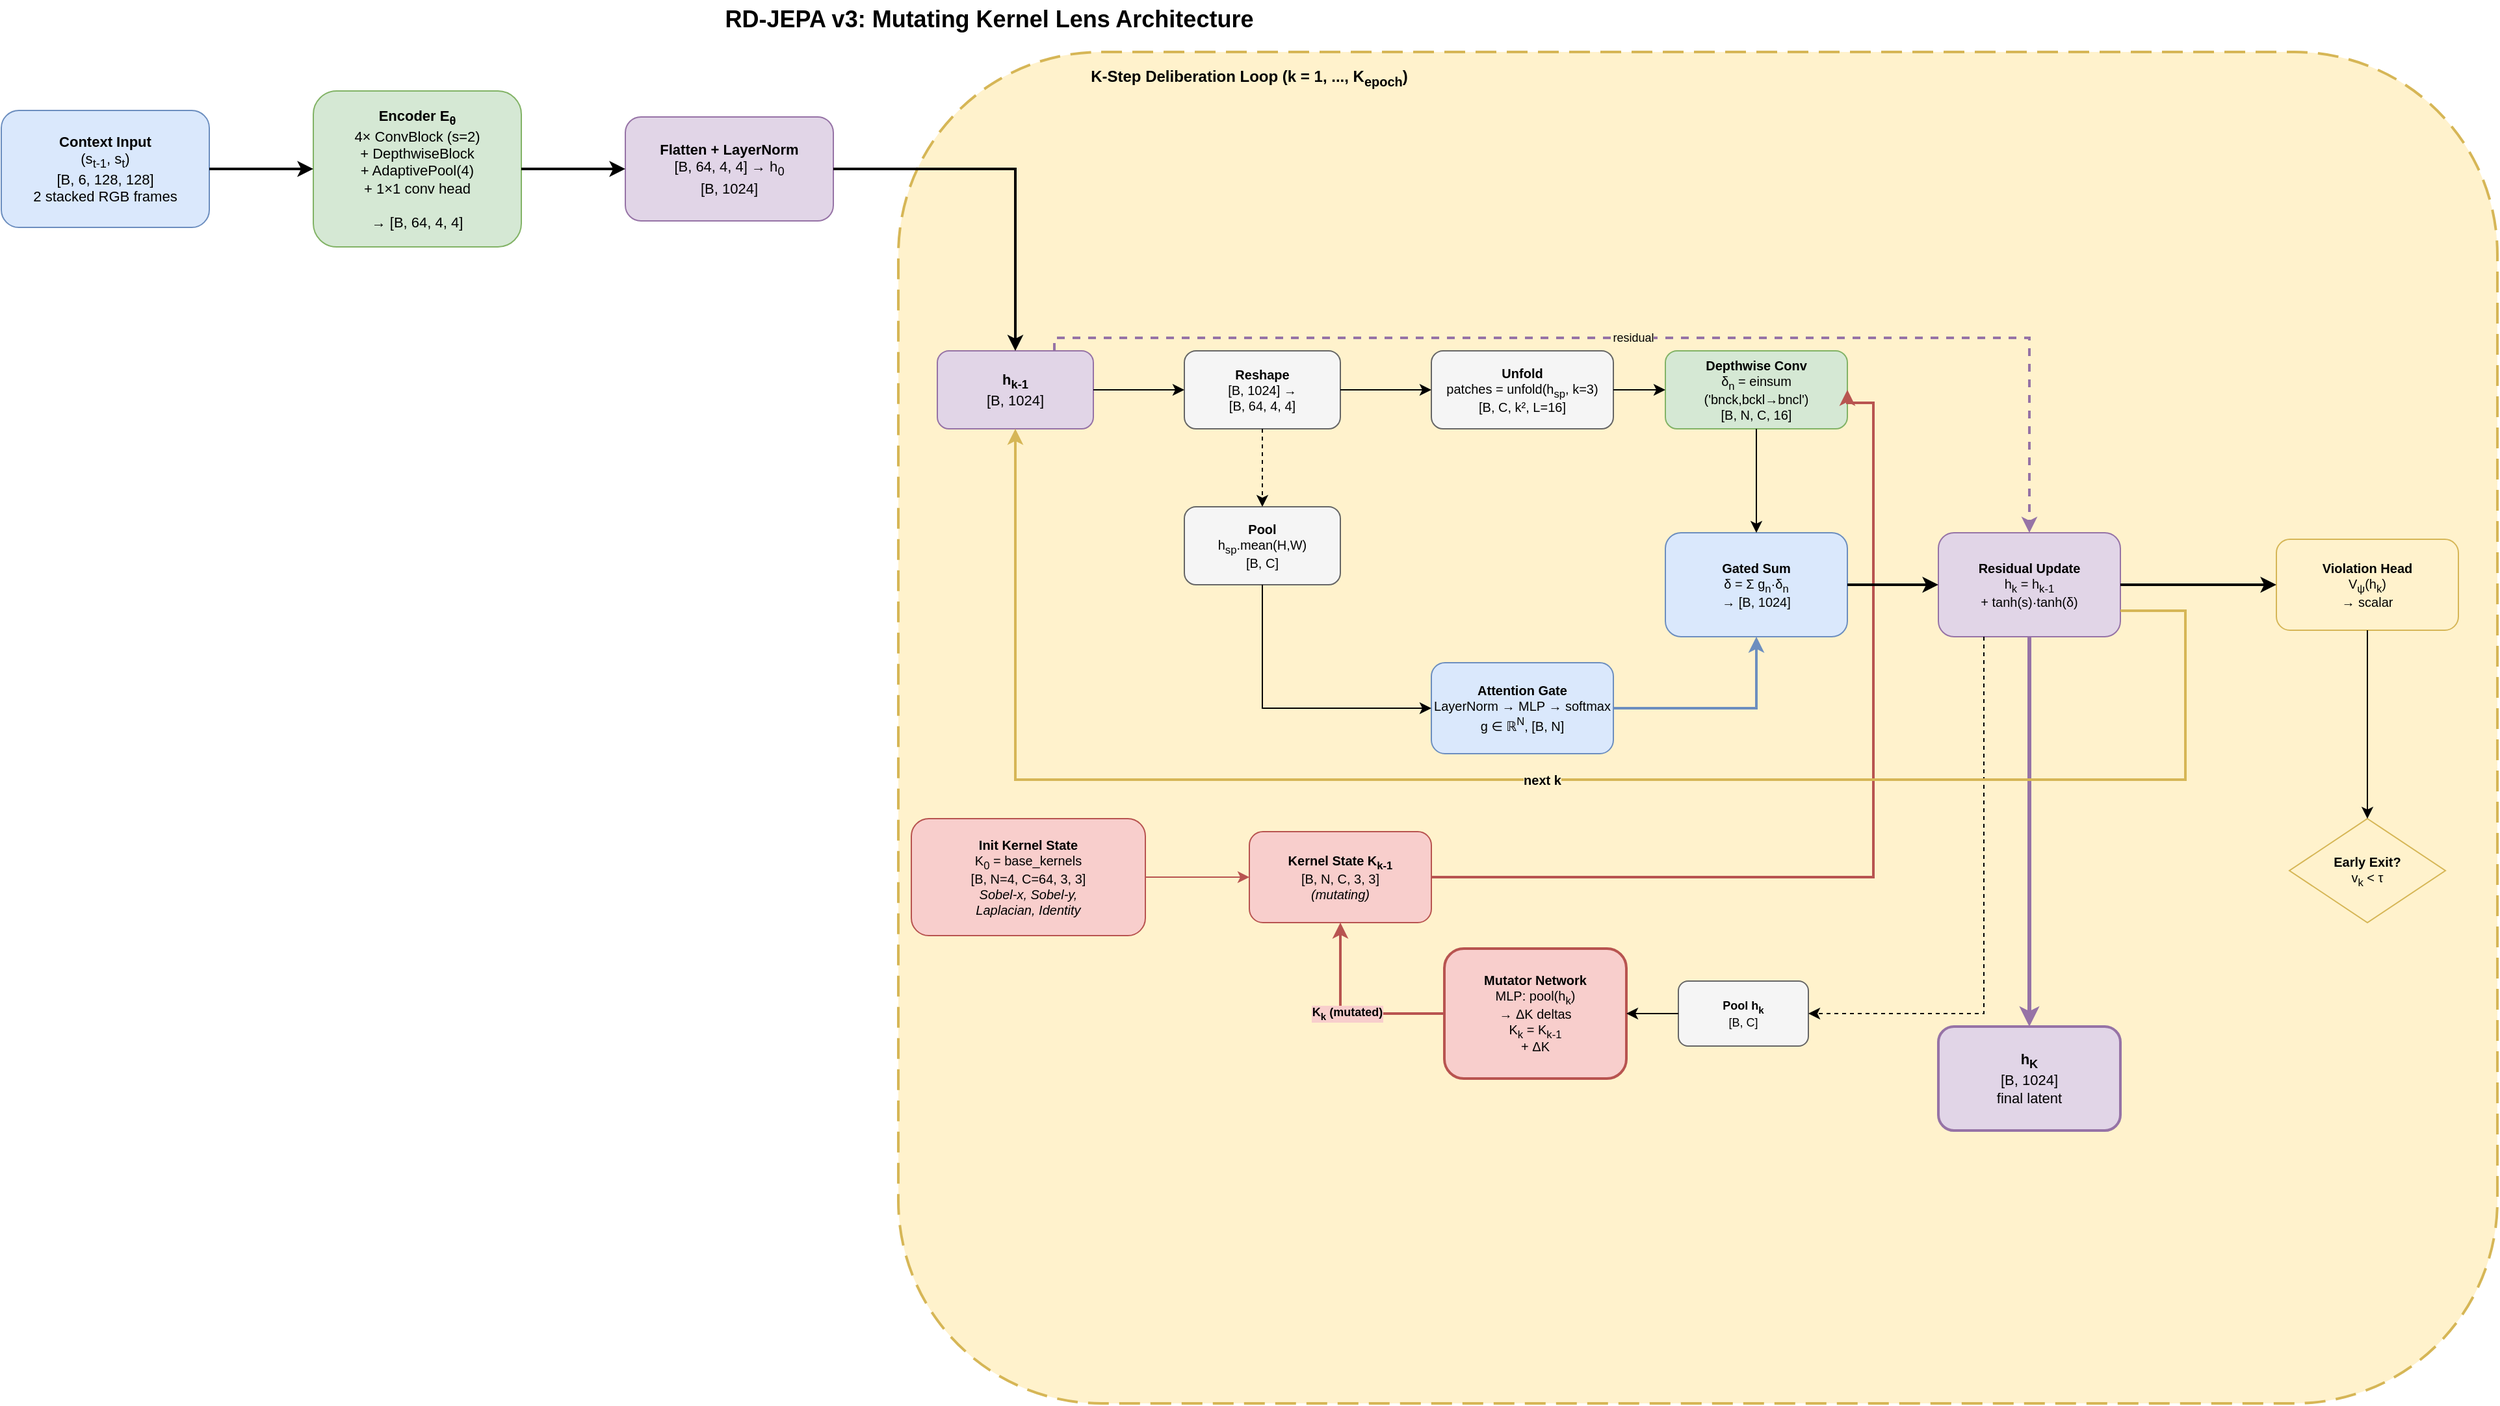
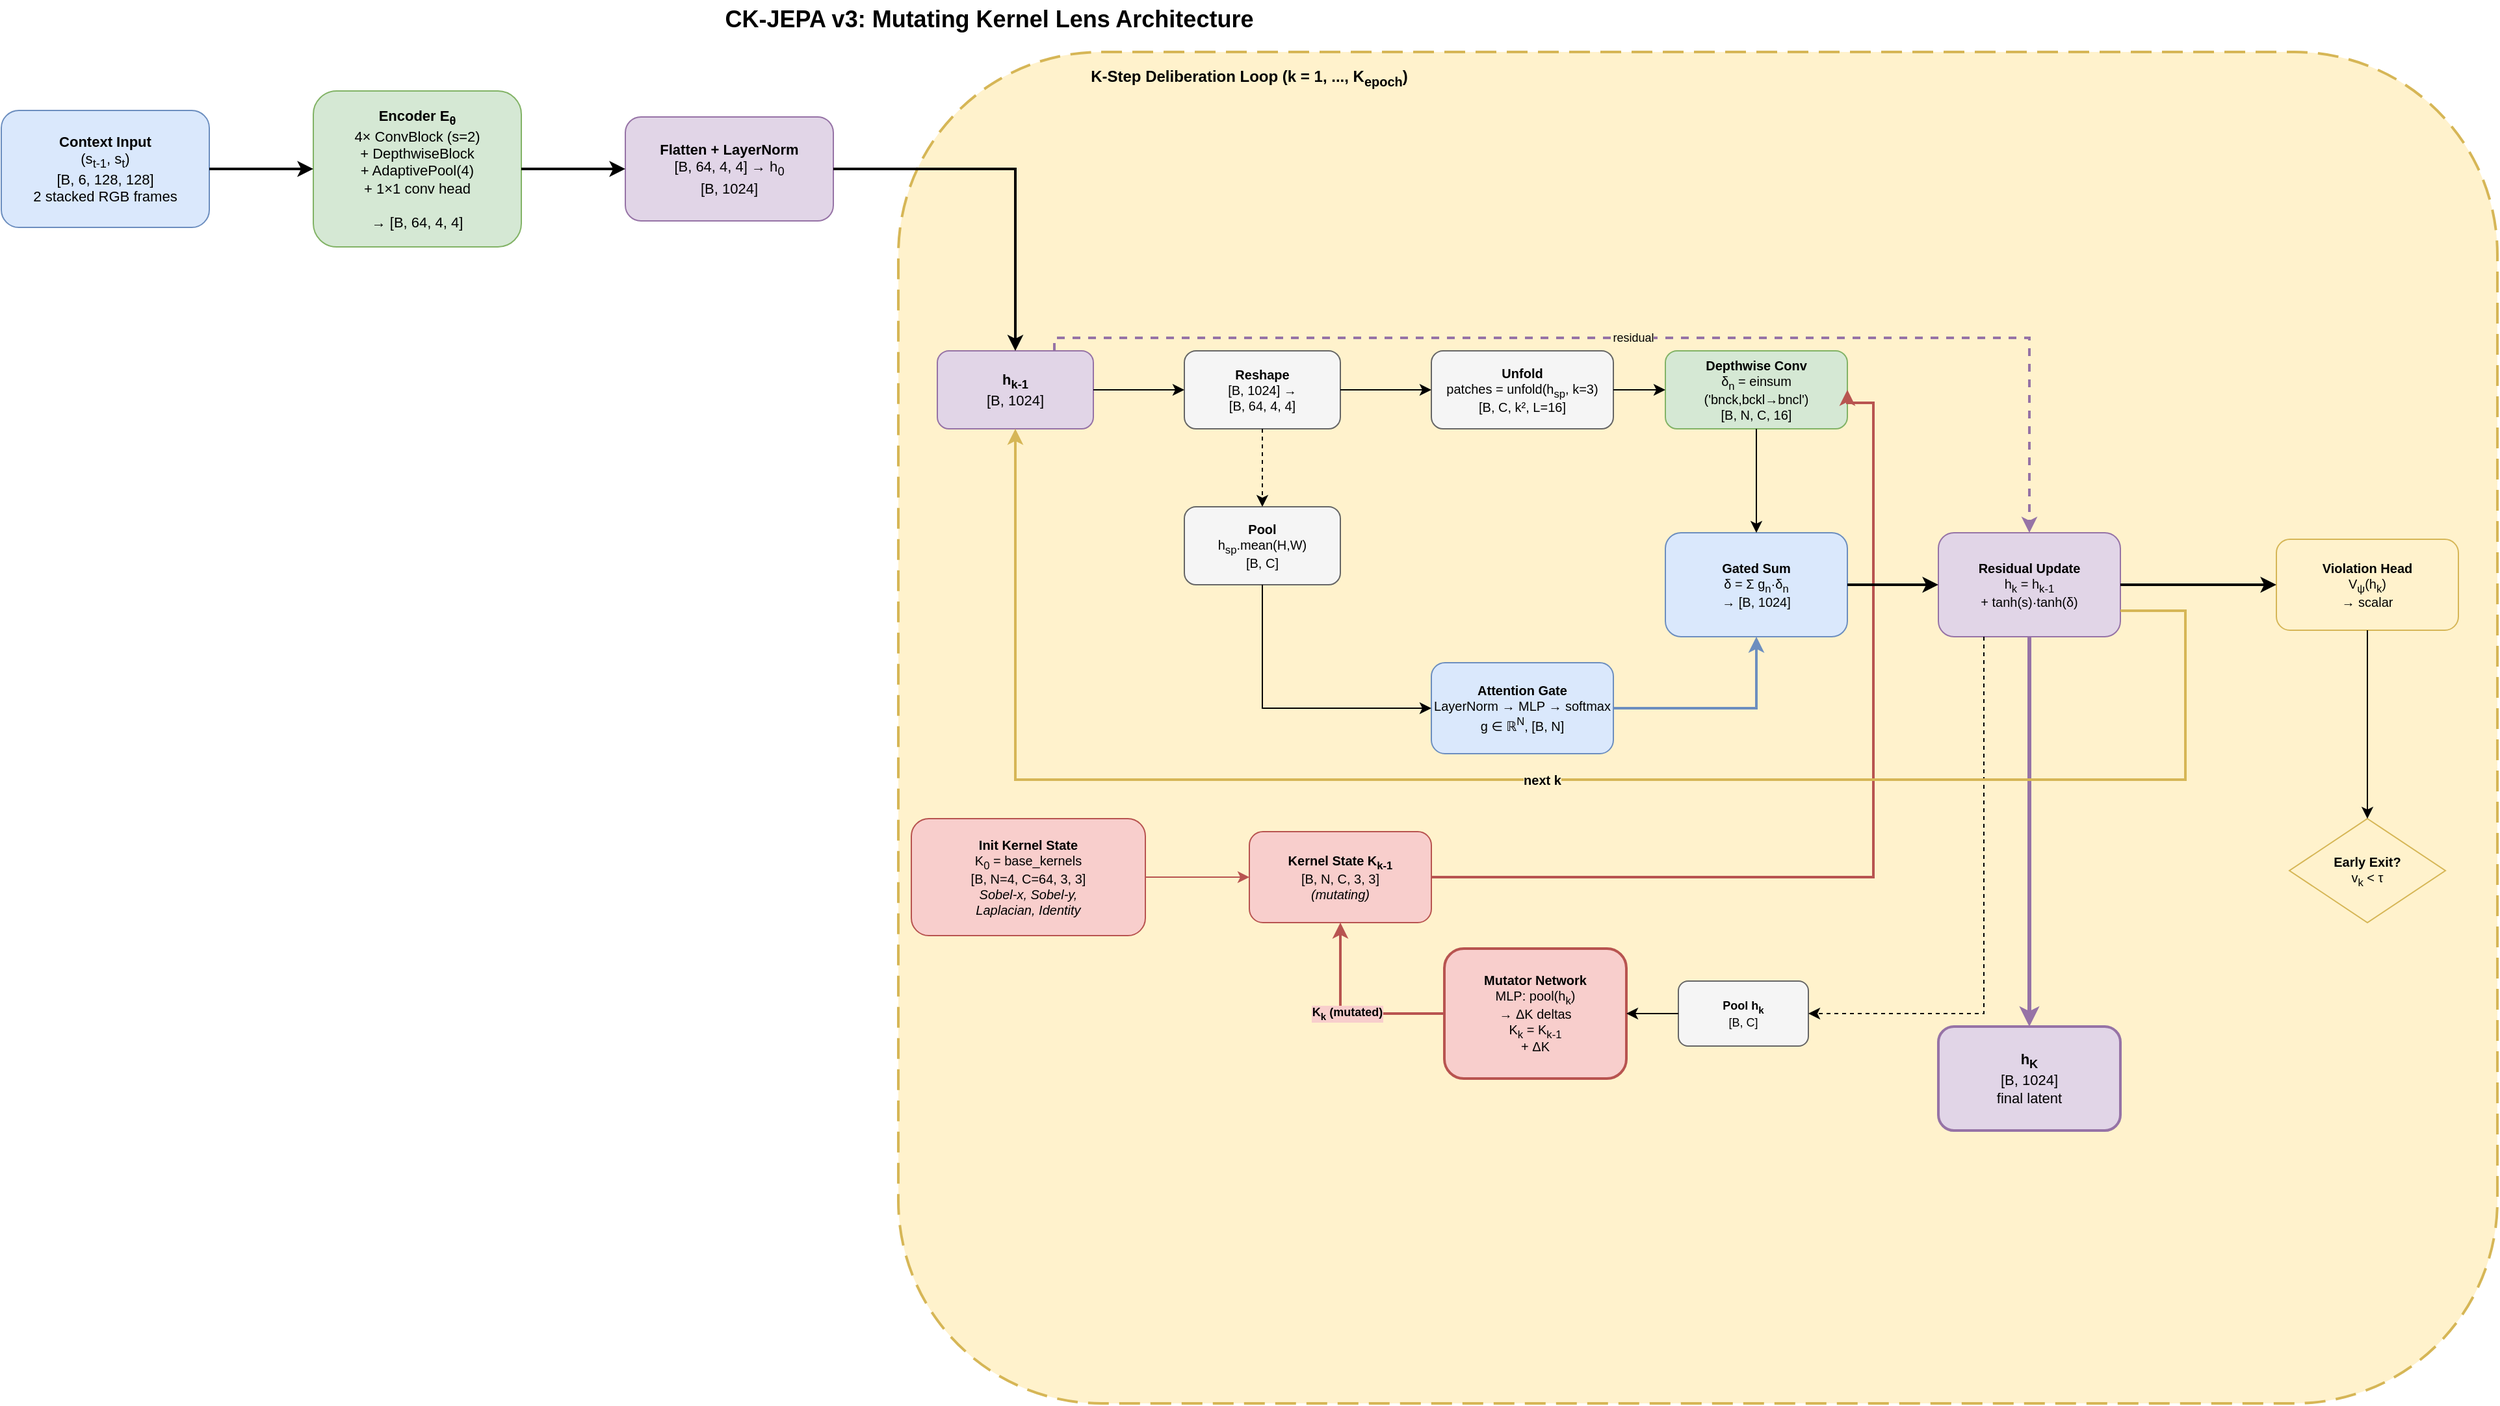
<mxfile host="Electron" agent="Mozilla/5.0 (Windows NT 10.0; Win64; x64) AppleWebKit/537.36 (KHTML, like Gecko) draw.io/24.7.17 Chrome/128.0.6613.36 Electron/32.0.1 Safari/537.36" version="24.7.17">
-   <diagram id="ck_jepa_v3" name="RD-JEPA v3 Architecture">
+   <diagram id="ck_jepa_v3" name="CK-JEPA v3 Architecture">
    <mxGraphModel dx="1167" dy="690" grid="1" gridSize="10" guides="1" tooltips="1" connect="1" arrows="1" fold="1" page="1" pageScale="1" pageWidth="2400" pageHeight="1600" math="0" shadow="0">
      <root>
        <mxCell id="0" />
        <mxCell id="1" parent="0" />
-         <mxCell id="title" value="&lt;font style=&quot;font-size:18px;&quot;&gt;&lt;b&gt;RD-JEPA v3: Mutating Kernel Lens Architecture&lt;/b&gt;&lt;/font&gt;" style="text;html=1;align=center;verticalAlign=middle;whiteSpace=wrap;rounded=0;" parent="1" vertex="1">
+         <mxCell id="title" value="&lt;font style=&quot;font-size:18px;&quot;&gt;&lt;b&gt;CK-JEPA v3: Mutating Kernel Lens Architecture&lt;/b&gt;&lt;/font&gt;" style="text;html=1;align=center;verticalAlign=middle;whiteSpace=wrap;rounded=0;" parent="1" vertex="1">
          <mxGeometry x="400" y="10" width="800" height="30" as="geometry" />
        </mxCell>
        <mxCell id="input_ctx" value="&lt;b&gt;Context Input&lt;/b&gt;&lt;br&gt;(s&lt;sub&gt;t-1&lt;/sub&gt;, s&lt;sub&gt;t&lt;/sub&gt;)&lt;br&gt;[B, 6, 128, 128]&lt;br&gt;2 stacked RGB frames" style="rounded=1;whiteSpace=wrap;html=1;fillColor=#dae8fc;strokeColor=#6c8ebf;fontSize=11;" parent="1" vertex="1">
          <mxGeometry x="40" y="95" width="160" height="90" as="geometry" />
        </mxCell>
        <mxCell id="encoder" value="&lt;b&gt;Encoder E&lt;sub&gt;θ&lt;/sub&gt;&lt;/b&gt;&lt;br&gt;4× ConvBlock (s=2)&lt;br&gt;+ DepthwiseBlock&lt;br&gt;+ AdaptivePool(4)&lt;br&gt;+ 1×1 conv head&lt;br&gt;&lt;br&gt;→ [B, 64, 4, 4]" style="rounded=1;whiteSpace=wrap;html=1;fillColor=#d5e8d4;strokeColor=#82b366;fontSize=11;" parent="1" vertex="1">
          <mxGeometry x="280" y="80" width="160" height="120" as="geometry" />
        </mxCell>
        <mxCell id="flatten" value="&lt;b&gt;Flatten + LayerNorm&lt;/b&gt;&lt;br&gt;[B, 64, 4, 4] → h&lt;sub&gt;0&lt;/sub&gt;&lt;br&gt;[B, 1024]" style="rounded=1;whiteSpace=wrap;html=1;fillColor=#e1d5e7;strokeColor=#9673a6;fontSize=11;" parent="1" vertex="1">
          <mxGeometry x="520" y="100" width="160" height="80" as="geometry" />
        </mxCell>
        <mxCell id="loop_container" value="" style="rounded=1;whiteSpace=wrap;html=1;fillColor=#fff2cc;strokeColor=#d6b656;strokeWidth=2;dashed=1;dashPattern=8 4;" parent="1" vertex="1">
          <mxGeometry x="730" y="50" width="1230" height="1040" as="geometry" />
        </mxCell>
        <mxCell id="loop_title" value="&lt;b&gt;K-Step Deliberation Loop&lt;/b&gt; (k = 1, ..., K&lt;sub&gt;epoch&lt;/sub&gt;)" style="text;html=1;align=center;verticalAlign=middle;whiteSpace=wrap;rounded=0;fontSize=12;fontStyle=1;" parent="1" vertex="1">
          <mxGeometry x="750" y="60" width="500" height="20" as="geometry" />
        </mxCell>
        <mxCell id="kernel_init" value="&lt;b&gt;Init Kernel State&lt;/b&gt;&lt;br&gt;K&lt;sub&gt;0&lt;/sub&gt; = base_kernels&lt;br&gt;[B, N=4, C=64, 3, 3]&lt;br&gt;&lt;i&gt;Sobel-x, Sobel-y,&lt;br&gt;Laplacian, Identity&lt;/i&gt;" style="rounded=1;whiteSpace=wrap;html=1;fillColor=#f8cecc;strokeColor=#b85450;fontSize=10;" parent="1" vertex="1">
          <mxGeometry x="740" y="640" width="180" height="90" as="geometry" />
        </mxCell>
        <mxCell id="h_in" value="&lt;b&gt;h&lt;sub&gt;k-1&lt;/sub&gt;&lt;/b&gt;&lt;br&gt;[B, 1024]" style="rounded=1;whiteSpace=wrap;html=1;fillColor=#e1d5e7;strokeColor=#9673a6;fontSize=11;" parent="1" vertex="1">
          <mxGeometry x="760" y="280" width="120" height="60" as="geometry" />
        </mxCell>
        <mxCell id="reshape" value="&lt;b&gt;Reshape&lt;/b&gt;&lt;br&gt;[B, 1024] →&lt;br&gt;[B, 64, 4, 4]" style="rounded=1;whiteSpace=wrap;html=1;fillColor=#f5f5f5;strokeColor=#666666;fontSize=10;" parent="1" vertex="1">
          <mxGeometry x="950" y="280" width="120" height="60" as="geometry" />
        </mxCell>
        <mxCell id="unfold" value="&lt;b&gt;Unfold&lt;/b&gt;&lt;br&gt;patches = unfold(h&lt;sub&gt;sp&lt;/sub&gt;, k=3)&lt;br&gt;[B, C, k², L=16]" style="rounded=1;whiteSpace=wrap;html=1;fillColor=#f5f5f5;strokeColor=#666666;fontSize=10;" parent="1" vertex="1">
          <mxGeometry x="1140" y="280" width="140" height="60" as="geometry" />
        </mxCell>
        <mxCell id="kernel_state" value="&lt;b&gt;Kernel State K&lt;sub&gt;k-1&lt;/sub&gt;&lt;/b&gt;&lt;br&gt;[B, N, C, 3, 3]&lt;br&gt;&lt;i&gt;(mutating)&lt;/i&gt;" style="rounded=1;whiteSpace=wrap;html=1;fillColor=#f8cecc;strokeColor=#b85450;fontSize=10;" parent="1" vertex="1">
          <mxGeometry x="1000" y="650" width="140" height="70" as="geometry" />
        </mxCell>
        <mxCell id="pool_gate" value="&lt;b&gt;Pool&lt;/b&gt;&lt;br&gt;h&lt;sub&gt;sp&lt;/sub&gt;.mean(H,W)&lt;br&gt;[B, C]" style="rounded=1;whiteSpace=wrap;html=1;fillColor=#f5f5f5;strokeColor=#666666;fontSize=10;" parent="1" vertex="1">
          <mxGeometry x="950" y="400" width="120" height="60" as="geometry" />
        </mxCell>
        <mxCell id="gate" value="&lt;b&gt;Attention Gate&lt;/b&gt;&lt;br&gt;LayerNorm → MLP → softmax&lt;br&gt;g ∈ ℝ&lt;sup&gt;N&lt;/sup&gt;, [B, N]" style="rounded=1;whiteSpace=wrap;html=1;fillColor=#dae8fc;strokeColor=#6c8ebf;fontSize=10;" parent="1" vertex="1">
          <mxGeometry x="1140" y="520" width="140" height="70" as="geometry" />
        </mxCell>
        <mxCell id="einsum" value="&lt;b&gt;Depthwise Conv&lt;/b&gt;&lt;br&gt;δ&lt;sub&gt;n&lt;/sub&gt; = einsum&lt;br&gt;(&#39;bnck,bckl→bncl&#39;)&lt;br&gt;[B, N, C, 16]" style="rounded=1;whiteSpace=wrap;html=1;fillColor=#d5e8d4;strokeColor=#82b366;fontSize=10;" parent="1" vertex="1">
          <mxGeometry x="1320" y="280" width="140" height="60" as="geometry" />
        </mxCell>
        <mxCell id="gated_sum" value="&lt;b&gt;Gated Sum&lt;/b&gt;&lt;br&gt;δ = Σ g&lt;sub&gt;n&lt;/sub&gt;·δ&lt;sub&gt;n&lt;/sub&gt;&lt;br&gt;→ [B, 1024]" style="rounded=1;whiteSpace=wrap;html=1;fillColor=#dae8fc;strokeColor=#6c8ebf;fontSize=10;" parent="1" vertex="1">
          <mxGeometry x="1320" y="420" width="140" height="80" as="geometry" />
        </mxCell>
        <mxCell id="residual" value="&lt;b&gt;Residual Update&lt;/b&gt;&lt;br&gt;h&lt;sub&gt;k&lt;/sub&gt; = h&lt;sub&gt;k-1&lt;/sub&gt;&lt;br&gt;+ tanh(s)·tanh(δ)" style="rounded=1;whiteSpace=wrap;html=1;fillColor=#e1d5e7;strokeColor=#9673a6;fontSize=10;" parent="1" vertex="1">
          <mxGeometry x="1530" y="420" width="140" height="80" as="geometry" />
        </mxCell>
        <mxCell id="violation" value="&lt;b&gt;Violation Head&lt;/b&gt;&lt;br&gt;V&lt;sub&gt;ψ&lt;/sub&gt;(h&lt;sub&gt;k&lt;/sub&gt;)&lt;br&gt;→ scalar" style="rounded=1;whiteSpace=wrap;html=1;fillColor=#fff2cc;strokeColor=#d6b656;fontSize=10;" parent="1" vertex="1">
          <mxGeometry x="1790" y="425" width="140" height="70" as="geometry" />
        </mxCell>
        <mxCell id="early_exit" value="&lt;b&gt;Early Exit?&lt;/b&gt;&lt;br&gt;v&lt;sub&gt;k&lt;/sub&gt; &lt; τ" style="rhombus;whiteSpace=wrap;html=1;fillColor=#fff2cc;strokeColor=#d6b656;fontSize=10;" parent="1" vertex="1">
          <mxGeometry x="1800" y="640" width="120" height="80" as="geometry" />
        </mxCell>
        <mxCell id="mutator" value="&lt;b&gt;Mutator Network&lt;/b&gt;&lt;br&gt;MLP: pool(h&lt;sub&gt;k&lt;/sub&gt;)&lt;br&gt;→ ΔK deltas&lt;br&gt;K&lt;sub&gt;k&lt;/sub&gt; = K&lt;sub&gt;k-1&lt;/sub&gt;&lt;br&gt;+ ΔK" style="rounded=1;whiteSpace=wrap;html=1;fillColor=#f8cecc;strokeColor=#b85450;fontSize=10;strokeWidth=2;" parent="1" vertex="1">
          <mxGeometry x="1150" y="740" width="140" height="100" as="geometry" />
        </mxCell>
        <mxCell id="pool_mut" value="&lt;b&gt;Pool h&lt;sub&gt;k&lt;/sub&gt;&lt;/b&gt;&lt;br&gt;[B, C]" style="rounded=1;whiteSpace=wrap;html=1;fillColor=#f5f5f5;strokeColor=#666666;fontSize=9;" parent="1" vertex="1">
          <mxGeometry x="1330" y="765" width="100" height="50" as="geometry" />
        </mxCell>
        <mxCell id="e1" style="edgeStyle=orthogonalEdgeStyle;rounded=0;html=1;endArrow=classic;strokeWidth=2;" parent="1" source="input_ctx" target="encoder" edge="1">
          <mxGeometry relative="1" as="geometry" />
        </mxCell>
        <mxCell id="e3" style="edgeStyle=orthogonalEdgeStyle;rounded=0;html=1;endArrow=classic;strokeWidth=2;" parent="1" source="encoder" target="flatten" edge="1">
          <mxGeometry relative="1" as="geometry" />
        </mxCell>
        <mxCell id="e4" style="edgeStyle=orthogonalEdgeStyle;rounded=0;html=1;endArrow=classic;strokeWidth=2;" parent="1" source="flatten" target="h_in" edge="1">
          <mxGeometry relative="1" as="geometry" />
        </mxCell>
        <mxCell id="e5" style="edgeStyle=orthogonalEdgeStyle;rounded=0;html=1;endArrow=classic;strokeWidth=1;strokeColor=#b85450;" parent="1" source="kernel_init" target="kernel_state" edge="1">
          <mxGeometry relative="1" as="geometry" />
        </mxCell>
        <mxCell id="e6" style="edgeStyle=orthogonalEdgeStyle;rounded=0;html=1;endArrow=classic;strokeWidth=1;" parent="1" source="h_in" target="reshape" edge="1">
          <mxGeometry relative="1" as="geometry" />
        </mxCell>
        <mxCell id="e7" style="edgeStyle=orthogonalEdgeStyle;rounded=0;html=1;endArrow=classic;strokeWidth=1;" parent="1" source="reshape" target="unfold" edge="1">
          <mxGeometry relative="1" as="geometry" />
        </mxCell>
        <mxCell id="e8" style="edgeStyle=orthogonalEdgeStyle;rounded=0;html=1;endArrow=classic;strokeWidth=1;" parent="1" source="unfold" target="einsum" edge="1">
          <mxGeometry relative="1" as="geometry" />
        </mxCell>
        <mxCell id="e9" style="edgeStyle=orthogonalEdgeStyle;rounded=0;html=1;endArrow=classic;strokeWidth=2;strokeColor=#b85450;exitX=1;exitY=0.5;exitDx=0;exitDy=0;entryX=1;entryY=0.5;entryDx=0;entryDy=0;" parent="1" source="kernel_state" target="einsum" edge="1">
          <mxGeometry relative="1" as="geometry">
            <mxPoint x="1120" y="865" as="sourcePoint" />
            <mxPoint x="1430" y="360" as="targetPoint" />
            <Array as="points">
              <mxPoint x="1480" y="685" />
              <mxPoint x="1480" y="320" />
              <mxPoint x="1460" y="320" />
            </Array>
          </mxGeometry>
        </mxCell>
        <mxCell id="e10" style="edgeStyle=orthogonalEdgeStyle;rounded=0;html=1;endArrow=classic;strokeWidth=1;dashed=1;" parent="1" source="reshape" target="pool_gate" edge="1">
          <mxGeometry relative="1" as="geometry" />
        </mxCell>
        <mxCell id="e11" style="edgeStyle=orthogonalEdgeStyle;rounded=0;html=1;endArrow=classic;strokeWidth=1;entryX=0;entryY=0.5;entryDx=0;entryDy=0;exitX=0.5;exitY=1;exitDx=0;exitDy=0;" parent="1" source="pool_gate" target="gate" edge="1">
          <mxGeometry relative="1" as="geometry" />
        </mxCell>
        <mxCell id="e12" style="edgeStyle=orthogonalEdgeStyle;rounded=0;html=1;endArrow=classic;strokeWidth=1;" parent="1" source="einsum" target="gated_sum" edge="1">
          <mxGeometry relative="1" as="geometry" />
        </mxCell>
        <mxCell id="e13" style="edgeStyle=orthogonalEdgeStyle;rounded=0;html=1;endArrow=classic;strokeWidth=2;strokeColor=#6c8ebf;entryX=0.5;entryY=1;entryDx=0;entryDy=0;" parent="1" source="gate" target="gated_sum" edge="1">
          <mxGeometry relative="1" as="geometry" />
        </mxCell>
        <mxCell id="e14" style="edgeStyle=orthogonalEdgeStyle;rounded=0;html=1;endArrow=classic;strokeWidth=2;" parent="1" source="gated_sum" target="residual" edge="1">
          <mxGeometry relative="1" as="geometry" />
        </mxCell>
        <mxCell id="e15" value="residual" style="edgeStyle=orthogonalEdgeStyle;rounded=0;html=1;endArrow=classic;strokeWidth=2;strokeColor=#9673a6;dashed=1;labelBackgroundColor=#fff2cc;fontSize=9;exitX=0.75;exitY=0;exitDx=0;exitDy=0;" parent="1" source="h_in" target="residual" edge="1">
          <mxGeometry relative="1" as="geometry" />
        </mxCell>
        <mxCell id="e16" style="edgeStyle=orthogonalEdgeStyle;rounded=0;html=1;endArrow=classic;strokeWidth=2;" parent="1" source="residual" target="violation" edge="1">
          <mxGeometry relative="1" as="geometry" />
        </mxCell>
        <mxCell id="e17" style="edgeStyle=orthogonalEdgeStyle;rounded=0;html=1;endArrow=classic;strokeWidth=1;" parent="1" source="violation" target="early_exit" edge="1">
          <mxGeometry relative="1" as="geometry" />
        </mxCell>
        <mxCell id="e18" style="edgeStyle=orthogonalEdgeStyle;rounded=0;html=1;endArrow=classic;strokeWidth=1;dashed=1;exitX=0.25;exitY=1;exitDx=0;exitDy=0;entryX=1;entryY=0.5;entryDx=0;entryDy=0;" parent="1" source="residual" target="pool_mut" edge="1">
          <mxGeometry relative="1" as="geometry">
            <mxPoint x="1530" y="490" as="sourcePoint" />
            <mxPoint x="1470" y="730" as="targetPoint" />
            <Array as="points">
              <mxPoint x="1565" y="790" />
            </Array>
          </mxGeometry>
        </mxCell>
        <mxCell id="e19" style="edgeStyle=orthogonalEdgeStyle;rounded=0;html=1;endArrow=classic;strokeWidth=1;exitX=0;exitY=0.5;exitDx=0;exitDy=0;entryX=1;entryY=0.5;entryDx=0;entryDy=0;" parent="1" source="pool_mut" target="mutator" edge="1">
          <mxGeometry relative="1" as="geometry" />
        </mxCell>
        <mxCell id="e20" value="K&lt;sub&gt;k&lt;/sub&gt; (mutated)" style="edgeStyle=orthogonalEdgeStyle;rounded=0;html=1;endArrow=classic;strokeWidth=2;strokeColor=#b85450;exitX=0;exitY=0.5;exitDx=0;exitDy=0;entryX=0.5;entryY=1;entryDx=0;entryDy=0;labelBackgroundColor=#f8cecc;fontSize=9;fontStyle=1;" parent="1" source="mutator" target="kernel_state" edge="1">
          <mxGeometry relative="1" as="geometry" />
        </mxCell>
        <mxCell id="e21" style="edgeStyle=orthogonalEdgeStyle;rounded=0;html=1;endArrow=classic;strokeWidth=3;strokeColor=#9673a6;" parent="1" source="residual" target="h_K" edge="1">
          <mxGeometry relative="1" as="geometry" />
        </mxCell>
        <mxCell id="e39" value="next k" style="edgeStyle=orthogonalEdgeStyle;rounded=0;html=1;endArrow=classic;strokeWidth=2;strokeColor=#d6b656;exitX=1;exitY=0.75;exitDx=0;exitDy=0;entryX=0.5;entryY=1;entryDx=0;entryDy=0;labelBackgroundColor=#fff2cc;fontSize=10;fontStyle=1;" parent="1" source="residual" target="h_in" edge="1">
          <mxGeometry relative="1" as="geometry">
            <Array as="points">
              <mxPoint x="1720" y="480" />
              <mxPoint x="1720" y="610" />
              <mxPoint x="820" y="610" />
            </Array>
          </mxGeometry>
        </mxCell>
        <mxCell id="h_K" value="&lt;b&gt;h&lt;sub&gt;K&lt;/sub&gt;&lt;/b&gt;&lt;br&gt;[B, 1024]&lt;br&gt;final latent" style="rounded=1;whiteSpace=wrap;html=1;fillColor=#e1d5e7;strokeColor=#9673a6;fontSize=11;strokeWidth=2;" parent="1" vertex="1">
          <mxGeometry x="1530" y="800" width="140" height="80" as="geometry" />
        </mxCell>
      </root>
    </mxGraphModel>
  </diagram>
</mxfile>
